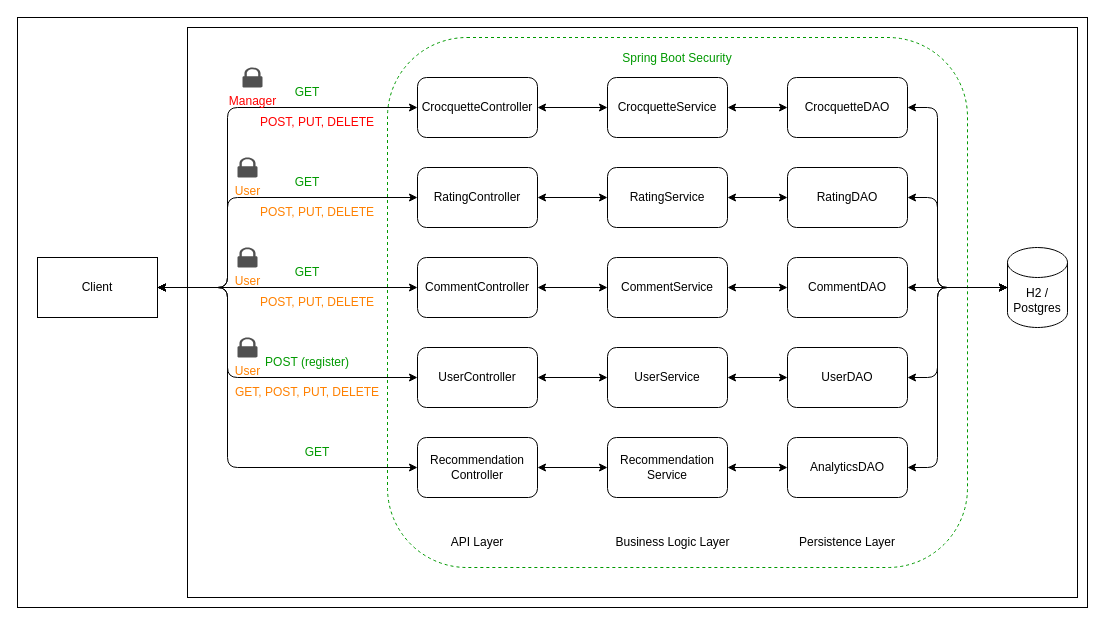
Before: docs/concept/img/architecture_components.drawio in dextreem/krokettenbude, a draw.io diagram. Source tidied: cells renumbered, new cells numbered last; positions are measured from the earlier drawing's top-left corner, leaving out a move shared by most shapes. Both pictures are drawn from the tidied source at 100%, with x=0, y=0 at pixel (17, 17).
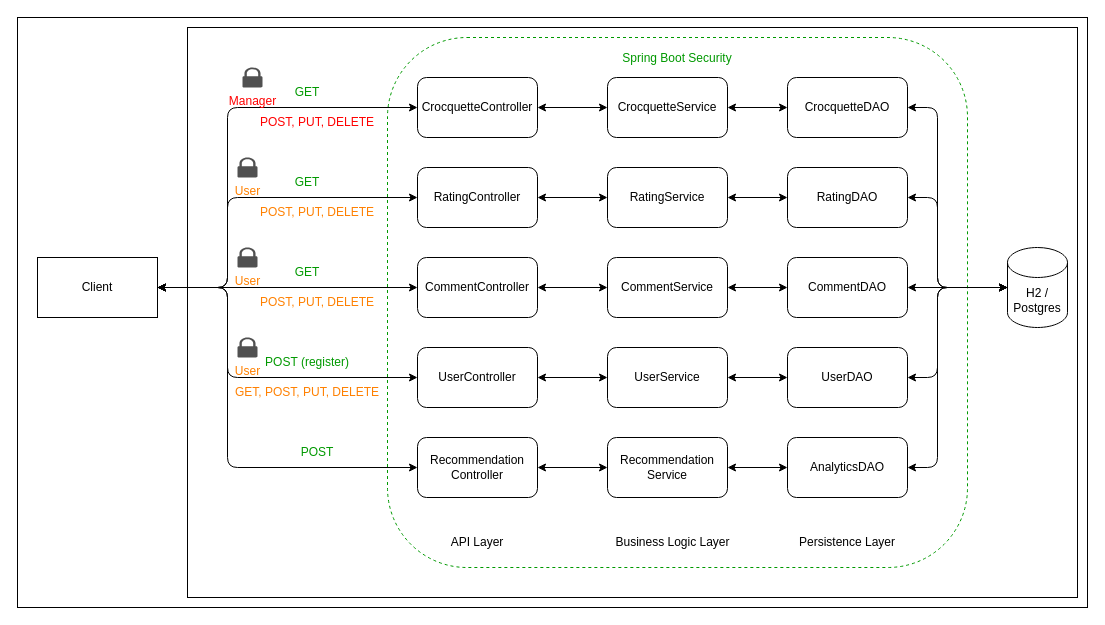
The same diagram, later.

Change to the diagram source:
```diff
@@
-    <mxCell id="48" value="&lt;font color=&quot;#009900&quot;&gt;GET&lt;/font&gt;" style="text;strokeColor=none;align=center;fillColor=none;html=1;verticalAlign=middle;whiteSpace=wrap;rounded=0;" parent="1" vertex="1">
+    <mxCell id="48" value="&lt;font color=&quot;#009900&quot;&gt;POST&lt;/font&gt;" style="text;strokeColor=none;align=center;fillColor=none;html=1;verticalAlign=middle;whiteSpace=wrap;rounded=0;" parent="1" vertex="1">
       <mxGeometry x="270" y="420" width="60" height="30" as="geometry" />
     </mxCell>
```
